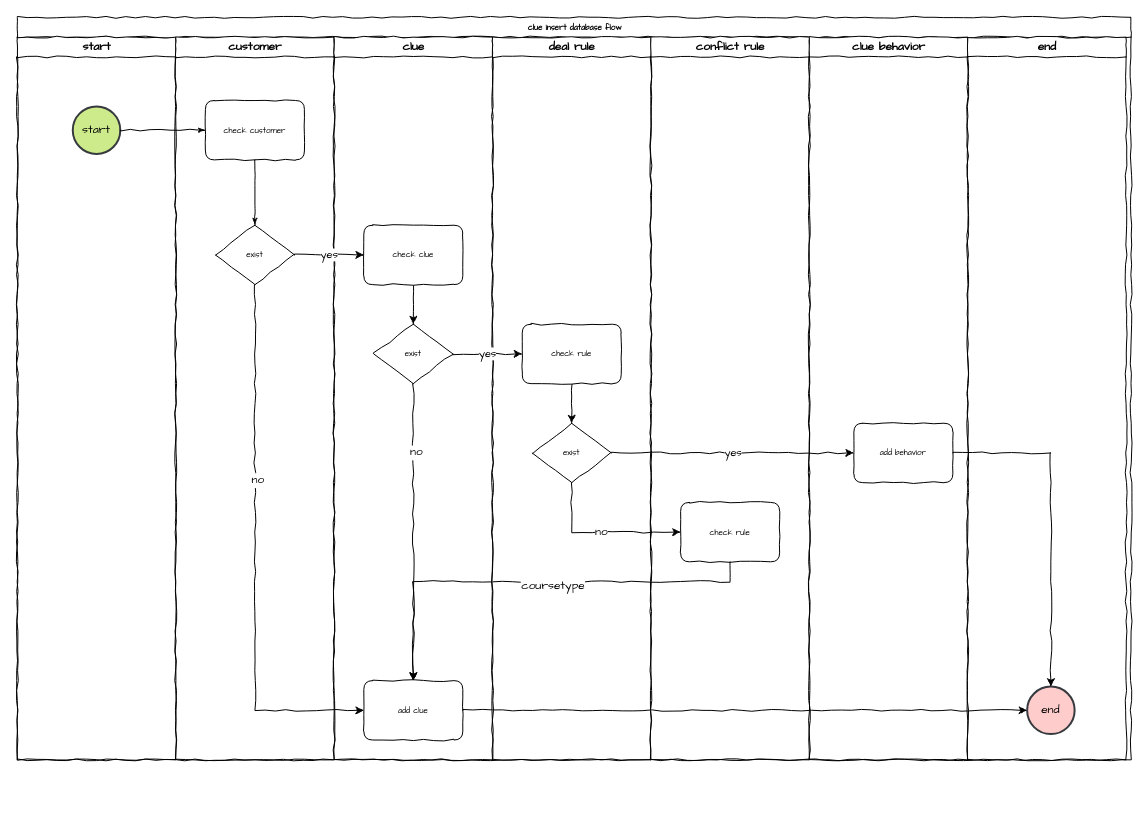
Above: draw.io/clue-process-flow-chart.drawio in risfeng/resources (draw.io), before the change. Source tidied: cells renumbered, new cells numbered last; positions are measured from the earlier drawing's top-left corner, leaving out a move shared by most shapes. Both pictures are drawn from the tidied source at 99%, with x=0, y=0 at pixel (17, 17).
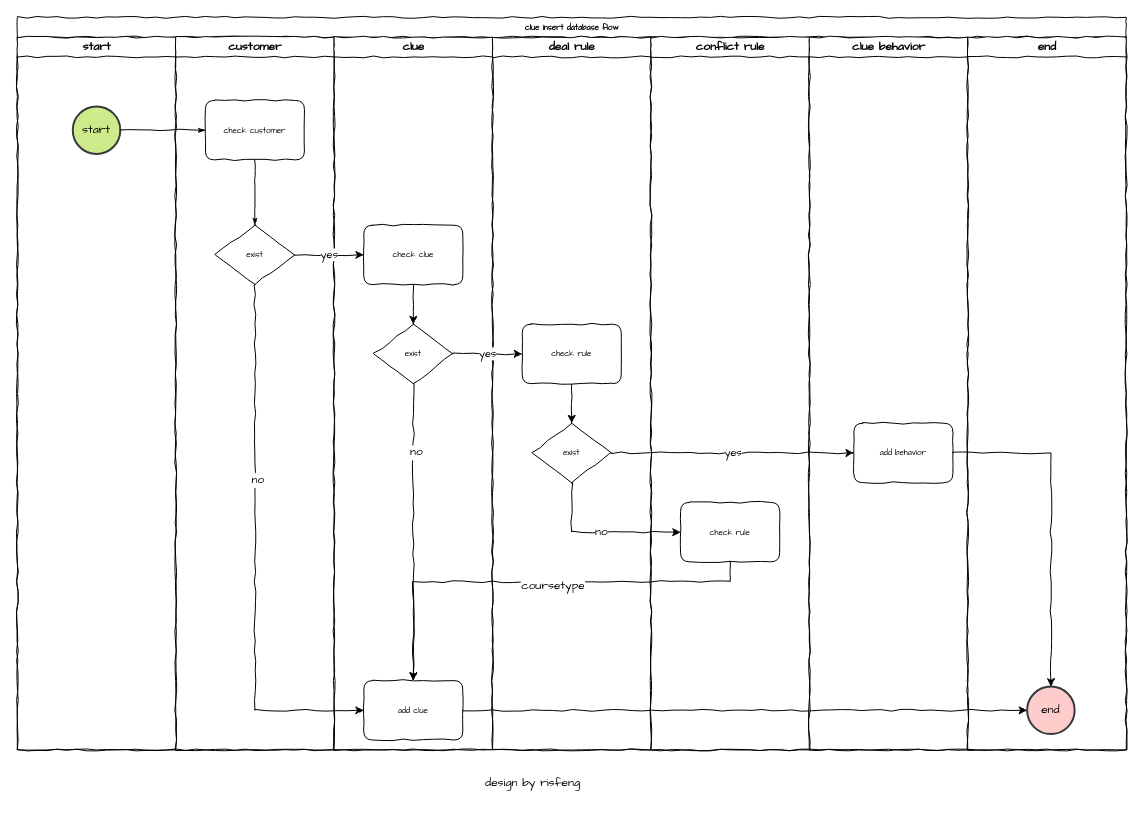
Above is the later version.

What changed in the source:
```diff
@@
     <mxCell id="2" value="clue insert database flow" style="swimlane;html=1;startSize=20;rounded=0;shadow=0;labelBackgroundColor=none;strokeWidth=1;fontFamily=Comic Sans MS;fontSize=8;align=center;comic=1;" parent="1" vertex="1">
-      <mxGeometry width="1125" height="750" as="geometry" />
+      <mxGeometry width="1120" height="740" as="geometry" />
     </mxCell>
     <mxCell id="3" value="start" style="swimlane;html=1;startSize=20;comic=1;fontFamily=Comic Sans MS;" parent="2" vertex="1">
-      <mxGeometry y="20" width="160" height="730" as="geometry" />
+      <mxGeometry y="20" width="160" height="720" as="geometry" />
     </mxCell>
@@
     <mxCell id="6" value="customer" style="swimlane;html=1;startSize=20;comic=1;fontFamily=Comic Sans MS;" parent="2" vertex="1">
-      <mxGeometry x="160" y="20" width="160" height="730" as="geometry" />
+      <mxGeometry x="160" y="20" width="160" height="720" as="geometry" />
     </mxCell>
@@
     <mxCell id="10" value="clue" style="swimlane;html=1;startSize=20;comic=1;fontFamily=Comic Sans MS;" parent="2" vertex="1">
-      <mxGeometry x="320" y="20" width="160" height="730" as="geometry" />
+      <mxGeometry x="320" y="20" width="160" height="720" as="geometry" />
     </mxCell>
@@
     <mxCell id="17" value="deal rule" style="swimlane;html=1;startSize=20;comic=1;fontFamily=Comic Sans MS;" parent="2" vertex="1">
-      <mxGeometry x="480" y="20" width="160" height="730" as="geometry" />
+      <mxGeometry x="480" y="20" width="160" height="720" as="geometry" />
     </mxCell>
@@
     <mxCell id="25" value="conflict rule" style="swimlane;html=1;startSize=20;comic=1;fontFamily=Comic Sans MS;" parent="2" vertex="1">
-      <mxGeometry x="640" y="20" width="160" height="730" as="geometry" />
+      <mxGeometry x="640" y="20" width="160" height="720" as="geometry" />
     </mxCell>
@@
     <mxCell id="27" value="clue behavior" style="swimlane;html=1;startSize=20;comic=1;fontFamily=Comic Sans MS;" parent="2" vertex="1">
-      <mxGeometry x="800" y="20" width="160" height="730" as="geometry" />
+      <mxGeometry x="800" y="20" width="160" height="720" as="geometry" />
     </mxCell>
@@
     <mxCell id="34" value="end" style="swimlane;html=1;startSize=20;comic=1;fontFamily=Comic Sans MS;" parent="2" vertex="1">
-      <mxGeometry x="960" y="20" width="160" height="730" as="geometry" />
+      <mxGeometry x="960" y="20" width="160" height="720" as="geometry" />
     </mxCell>
@@
+    <mxCell id="38" value="&lt;h1&gt;&lt;span style=&quot;font-weight: normal&quot;&gt;&lt;font style=&quot;font-size: 12px&quot;&gt;design by risfeng&lt;/font&gt;&lt;/span&gt;&lt;/h1&gt;" style="text;html=1;strokeColor=none;fillColor=none;spacing=5;spacingTop=-20;whiteSpace=wrap;overflow=hidden;rounded=0;comic=1;fontFamily=Comic Sans MS;" parent="1" vertex="1">
+      <mxGeometry x="467.5" y="750" width="190" height="40" as="geometry" />
+    </mxCell>
```
